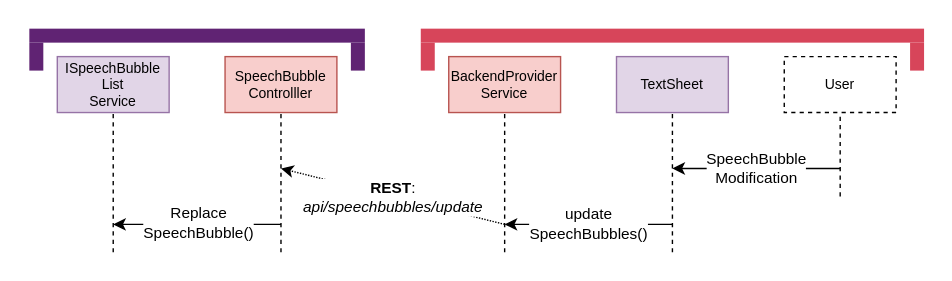
Before: TechnicalDocumentation/arc42/img/Prozess_SpeechBubble_Update.drawio.svg, a diagram exported from draw.io (Subletic/Documentation). Source tidied: cells renumbered, new cells last; positions are measured from the earlier drawing's top-left corner, leaving out a move shared by most shapes.
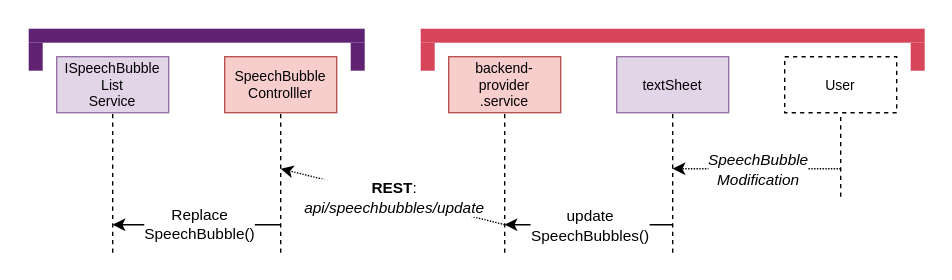
Above is the later version.

Diff of the diagram source:
```diff
@@ -30,7 +30,7 @@
         <mxPoint x="200" y="180" as="sourcePoint" />
       </mxGeometry>
     </mxCell>
-    <mxCell id="9" value="BackendProvider&lt;br&gt;Service" style="rounded=0;whiteSpace=wrap;html=1;fillColor=#f8cecc;fontSize=10;strokeColor=#b85450;" parent="1" vertex="1">
+    <mxCell id="9" value="backend-&lt;br&gt;provider&lt;br&gt;.service" style="rounded=0;whiteSpace=wrap;html=1;fillColor=#f8cecc;fontSize=10;strokeColor=#b85450;" parent="1" vertex="1">
       <mxGeometry x="320" y="40" width="80" height="40" as="geometry" />
     </mxCell>
     <mxCell id="10" style="endArrow=none;html=1;rounded=0;dashed=1;entryX=0.5;entryY=1;entryDx=0;entryDy=0;" parent="1" edge="1" target="9">
@@ -38,7 +38,7 @@
         <mxPoint x="360" y="180" as="sourcePoint" />
       </mxGeometry>
     </mxCell>
-    <mxCell id="11" value="TextSheet" style="rounded=0;whiteSpace=wrap;html=1;fillColor=#e1d5e7;fontSize=10;strokeColor=#9673a6;" parent="1" vertex="1">
+    <mxCell id="11" value="textSheet" style="rounded=0;whiteSpace=wrap;html=1;fillColor=#e1d5e7;fontSize=10;strokeColor=#9673a6;" parent="1" vertex="1">
       <mxGeometry x="440" y="40" width="80" height="40" as="geometry" />
     </mxCell>
     <mxCell id="12" style="endArrow=none;html=1;rounded=0;dashed=1;entryX=0.5;entryY=1;entryDx=0;entryDy=0;" parent="1" edge="1" target="11">
@@ -94,13 +94,13 @@
         <mxPoint x="600" y="140" as="sourcePoint" />
       </mxGeometry>
     </mxCell>
-    <mxCell id="25" style="endArrow=classic;html=1;rounded=0;" parent="1" edge="1">
+    <mxCell id="25" style="endArrow=classic;html=1;rounded=0;dashed=1;dashPattern=1 1;" parent="1" edge="1">
       <mxGeometry relative="1" as="geometry">
         <mxPoint x="600" y="120" as="sourcePoint" />
         <mxPoint x="480" y="120" as="targetPoint" />
       </mxGeometry>
     </mxCell>
-    <mxCell id="26" value="SpeechBubble&lt;br&gt;Modification" style="edgeLabel;html=1;align=center;verticalAlign=middle;" parent="25" vertex="1">
+    <mxCell id="26" value="&lt;i&gt;SpeechBubble&lt;/i&gt;&lt;br&gt;&lt;i&gt;Modification&lt;/i&gt;" style="edgeLabel;html=1;align=center;verticalAlign=middle;" parent="25" vertex="1">
       <mxGeometry x="-0.01" y="1" relative="1" as="geometry">
         <mxPoint x="-1" y="-1" as="offset" />
       </mxGeometry>
```
